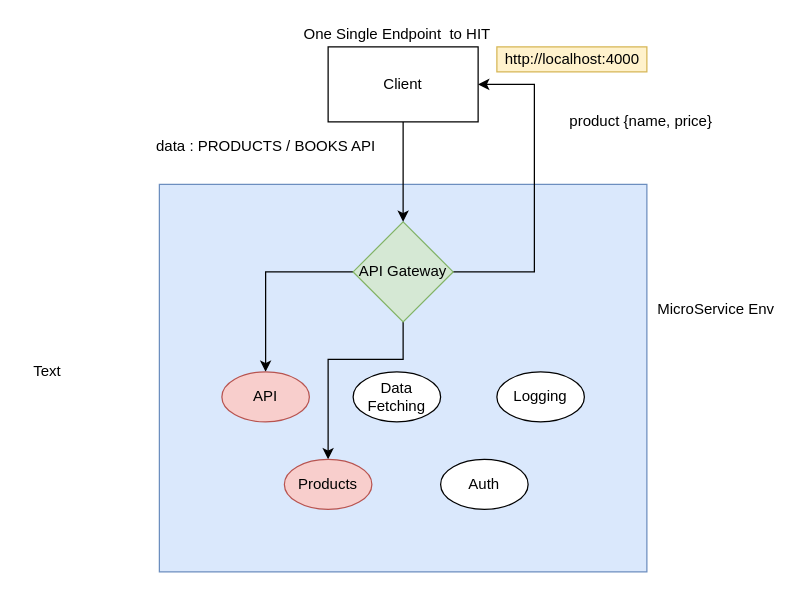
Before: page "Page-3" (3 of 4) of refs/diagrams.drawio in rjtkaushik/optum-may-22, a draw.io diagram. Source tidied: cells renumbered, new cells numbered last; positions are measured from the earlier drawing's top-left corner, leaving out a move shared by most shapes. Both pictures are drawn from the tidied source at 125%, with x=0, y=0 at pixel (21, 21).
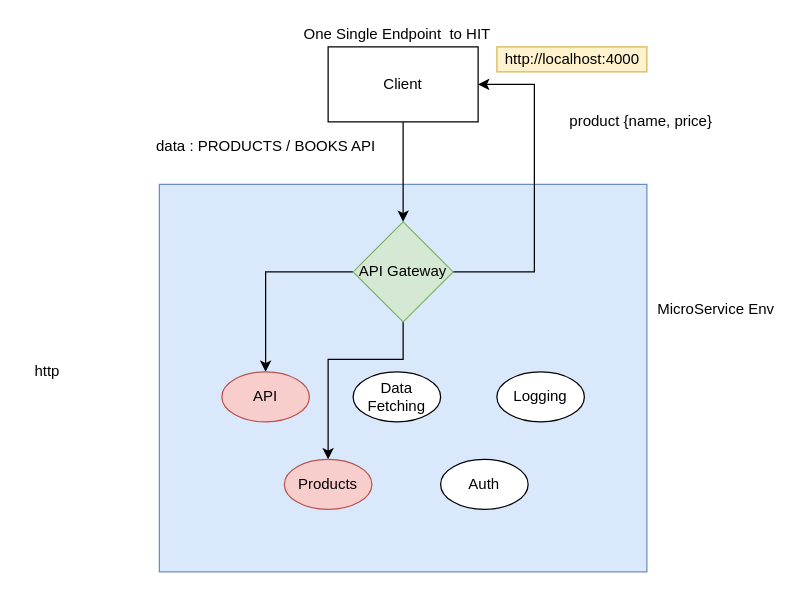
The same diagram, later.

Commit message (it also covers changes not shown here):
two way relation

Change to the diagram source:
```diff
@@
-    <mxCell id="19" value="Text" style="text;html=1;align=center;verticalAlign=middle;strokeColor=none;fillColor=none;" parent="1" vertex="1">
+    <mxCell id="19" value="http" style="text;html=1;align=center;verticalAlign=middle;strokeColor=none;fillColor=none;" parent="1" vertex="1">
       <mxGeometry y="270" width="40" height="20" as="geometry" />
     </mxCell>
```
